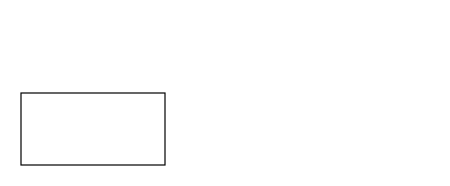
Before: как читается память Diagram.drawio in DavidkaBenAvraham/full-stack-develeper-cource, a draw.io diagram. Source tidied: cells renumbered, new cells numbered last; positions are measured from the earlier drawing's top-left corner, leaving out a move shared by most shapes. Both pictures are drawn from the tidied source at 120%, with x=0, y=0 at pixel (20, 92).
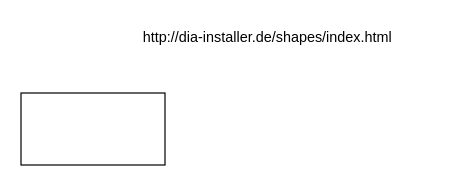
After the change.

Diff of the diagram source:
```diff
@@
 <mxGraphModel>
   <root>
     <mxCell id="0" />
     <mxCell id="1" parent="0" />
     <mxCell id="2" style="rounded=0;whiteSpace=wrap;html=1;" parent="1" vertex="1">
       <mxGeometry width="120" height="60" as="geometry" />
     </mxCell>
+    <mxCell id="3" value="http://dia-installer.de/shapes/index.html" style="text;whiteSpace=wrap;html=1;" parent="1" vertex="1">
+      <mxGeometry x="100" y="-60" width="240" height="40" as="geometry" />
+    </mxCell>
   </root>
 </mxGraphModel>
```
